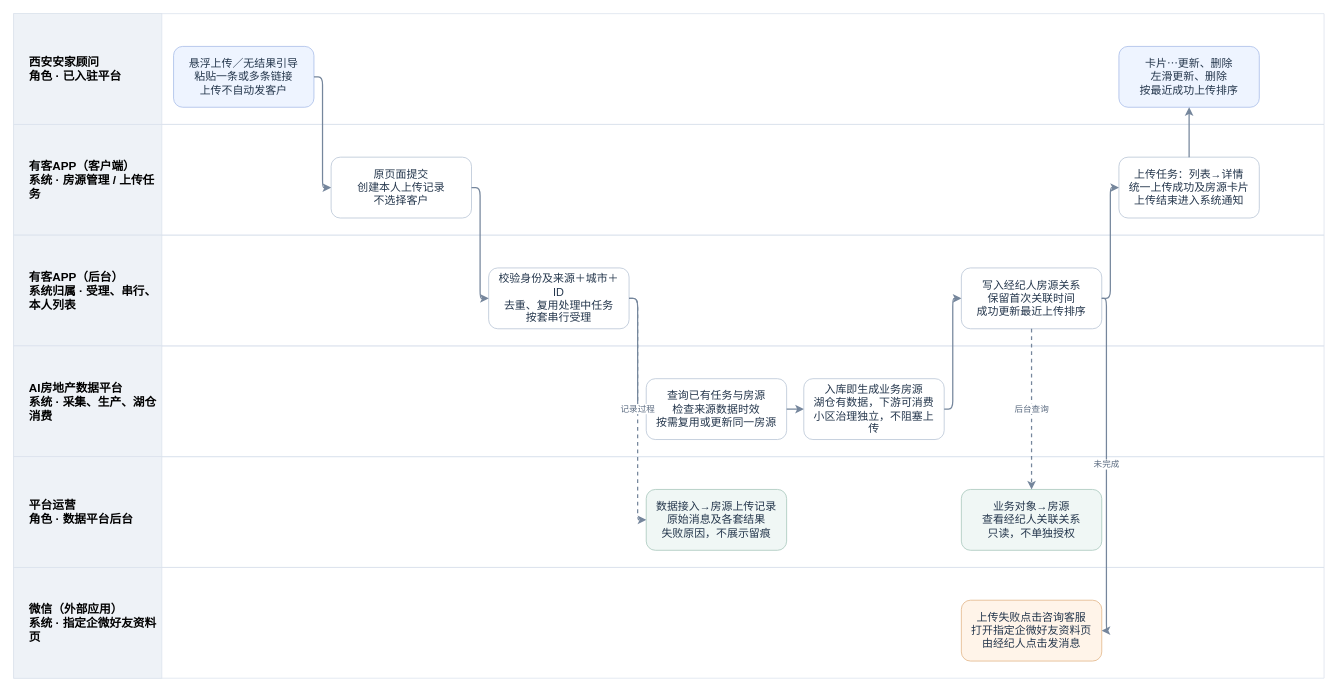
Before: page "APP独立上传｜角色与系统泳道" (1 of 3) of B端发房共用资源/V3.0-B端房源上传与管理-角色与系统业务流程.drawio in JZT-AI/ai-real-estate-platform-v3-prototype, a draw.io diagram. Source tidied: cells renumbered, new cells numbered last; positions are measured from the earlier drawing's top-left corner, leaving out a move shared by most shapes. Both pictures are drawn from the tidied source at 78%, with x=0, y=0 at pixel (13, 13).
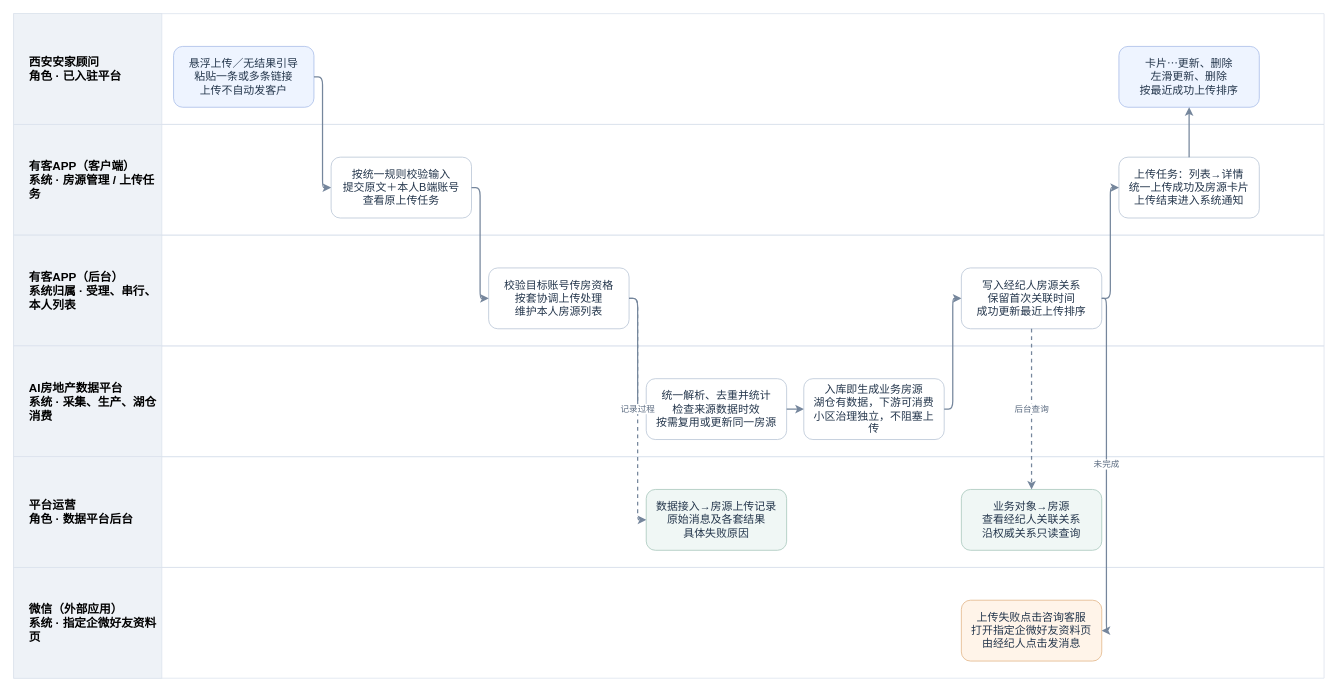
The same diagram, later.

The change refers to these unchanged cells:
```xml
<mxCell id="4" style="swimlane;horizontal=1;startSize=0;fillColor=#f8fafc;strokeColor=#dce3ed;" parent="1" vertex="1">
  <mxGeometry y="142" width="1680" height="142" as="geometry" />
</mxCell>
<mxCell id="6" style="swimlane;horizontal=1;startSize=0;fillColor=#ffffff;strokeColor=#dce3ed;" parent="1" vertex="1">
  <mxGeometry y="284" width="1680" height="142" as="geometry" />
</mxCell>
<mxCell id="8" style="swimlane;horizontal=1;startSize=0;fillColor=#f8fafc;strokeColor=#dce3ed;" parent="1" vertex="1">
  <mxGeometry y="426" width="1680" height="142" as="geometry" />
</mxCell>
<mxCell id="10" style="swimlane;horizontal=1;startSize=0;fillColor=#ffffff;strokeColor=#dce3ed;" parent="1" vertex="1">
  <mxGeometry y="568" width="1680" height="142" as="geometry" />
</mxCell>
```

Change to the diagram source:
```diff
@@
-    <mxCell id="15" value="原页面提交&lt;br&gt;创建本人上传记录&lt;br&gt;不选择客户" style="rounded=1;whiteSpace=wrap;html=1;fillColor=#fff;strokeColor=#b7c4d5;fontColor=#24364c;fontSize=14;spacing=8;" parent="4" vertex="1">
+    <mxCell id="15" value="按统一规则校验输入&lt;br&gt;提交原文＋本人B端账号&lt;br&gt;查看原上传任务" style="rounded=1;whiteSpace=wrap;html=1;fillColor=#fff;strokeColor=#b7c4d5;fontColor=#24364c;fontSize=14;spacing=8;" parent="4" vertex="1">
       <mxGeometry x="407" y="42" width="180" height="78" as="geometry" />
     </mxCell>
-    <mxCell id="16" value="校验身份及来源＋城市＋ID&lt;br&gt;去重、复用处理中任务&lt;br&gt;按套串行受理" style="rounded=1;whiteSpace=wrap;html=1;fillColor=#fff;strokeColor=#b7c4d5;fontColor=#24364c;fontSize=14;spacing=8;" parent="6" vertex="1">
+    <mxCell id="16" value="校验目标账号传房资格&lt;br&gt;按套协调上传处理&lt;br&gt;维护本人房源列表" style="rounded=1;whiteSpace=wrap;html=1;fillColor=#fff;strokeColor=#b7c4d5;fontColor=#24364c;fontSize=14;spacing=8;" parent="6" vertex="1">
       <mxGeometry x="609" y="42" width="180" height="78" as="geometry" />
     </mxCell>
-    <mxCell id="17" value="查询已有任务与房源&lt;br&gt;检查来源数据时效&lt;br&gt;按需复用或更新同一房源" style="rounded=1;whiteSpace=wrap;html=1;fillColor=#fff;strokeColor=#b7c4d5;fontColor=#24364c;fontSize=14;spacing=8;" parent="8" vertex="1">
+    <mxCell id="17" value="统一解析、去重并统计&lt;br&gt;检查来源数据时效&lt;br&gt;按需复用或更新同一房源" style="rounded=1;whiteSpace=wrap;html=1;fillColor=#fff;strokeColor=#b7c4d5;fontColor=#24364c;fontSize=14;spacing=8;" parent="8" vertex="1">
       <mxGeometry x="811" y="42" width="180" height="78" as="geometry" />
     </mxCell>
@@
-    <mxCell id="22" value="数据接入→房源上传记录&lt;br&gt;原始消息及各套结果&lt;br&gt;失败原因，不展示留痕" style="rounded=1;whiteSpace=wrap;html=1;fillColor=#f0f7f5;strokeColor=#a6c7bb;fontColor=#24364c;fontSize=14;spacing=8;" parent="10" vertex="1">
+    <mxCell id="22" value="数据接入→房源上传记录&lt;br&gt;原始消息及各套结果&lt;br&gt;具体失败原因" style="rounded=1;whiteSpace=wrap;html=1;fillColor=#f0f7f5;strokeColor=#a6c7bb;fontColor=#24364c;fontSize=14;spacing=8;" parent="10" vertex="1">
       <mxGeometry x="811" y="42" width="180" height="78" as="geometry" />
     </mxCell>
-    <mxCell id="23" value="业务对象→房源&lt;br&gt;查看经纪人关联关系&lt;br&gt;只读，不单独授权" style="rounded=1;whiteSpace=wrap;html=1;fillColor=#f0f7f5;strokeColor=#a6c7bb;fontColor=#24364c;fontSize=14;spacing=8;" parent="10" vertex="1">
+    <mxCell id="23" value="业务对象→房源&lt;br&gt;查看经纪人关联关系&lt;br&gt;沿权威关系只读查询" style="rounded=1;whiteSpace=wrap;html=1;fillColor=#f0f7f5;strokeColor=#a6c7bb;fontColor=#24364c;fontSize=14;spacing=8;" parent="10" vertex="1">
       <mxGeometry x="1215" y="42" width="180" height="78" as="geometry" />
     </mxCell>
```
